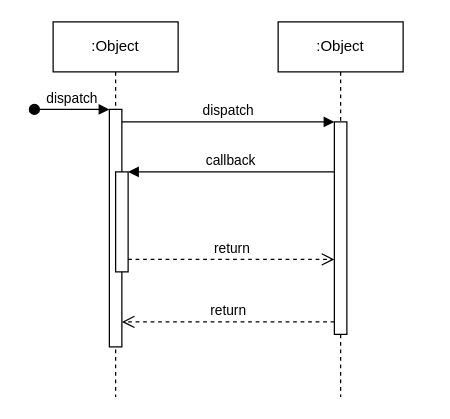
ba-nhermanto/thesis keeps this draw.io diagram as my-thesis/diagrams/create-user-seq.drawio. Above is the earlier version. Source tidied: cells renumbered, new cells numbered last; positions are measured from the earlier drawing's top-left corner, leaving out a move shared by most shapes. Both pictures are drawn from the tidied source at 125%, with x=0, y=0 at pixel (34, 21).
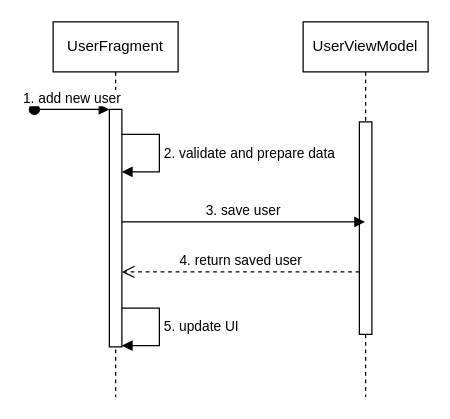
Above is the later version.

What changed in the source:
```diff
@@
 <mxGraphModel>
   <root>
     <mxCell id="0" />
     <mxCell id="1" parent="0" />
-    <mxCell id="2" value=":Object" style="shape=umlLifeline;perimeter=lifelinePerimeter;whiteSpace=wrap;html=1;newEdgeStyle={&quot;edgeStyle&quot;:&quot;elbowEdgeStyle&quot;,&quot;elbow&quot;:&quot;vertical&quot;,&quot;curved&quot;:0,&quot;rounded&quot;:0};" parent="1" vertex="1">
+    <mxCell id="2" value="UserFragment" style="shape=umlLifeline;perimeter=lifelinePerimeter;whiteSpace=wrap;html=1;newEdgeStyle={&quot;edgeStyle&quot;:&quot;elbowEdgeStyle&quot;,&quot;elbow&quot;:&quot;vertical&quot;,&quot;curved&quot;:0,&quot;rounded&quot;:0};" parent="1" vertex="1">
       <mxGeometry x="15" width="100" height="300" as="geometry" />
     </mxCell>
     <mxCell id="3" style="html=1;points=[];perimeter=orthogonalPerimeter;outlineConnect=0;targetShapes=umlLifeline;portConstraint=eastwest;newEdgeStyle={&quot;edgeStyle&quot;:&quot;elbowEdgeStyle&quot;,&quot;elbow&quot;:&quot;vertical&quot;,&quot;curved&quot;:0,&quot;rounded&quot;:0};" parent="2" vertex="1">
       <mxGeometry x="45" y="70" width="10" height="190" as="geometry" />
     </mxCell>
-    <mxCell id="4" value="dispatch" style="html=1;verticalAlign=bottom;startArrow=oval;endArrow=block;startSize=8;edgeStyle=elbowEdgeStyle;elbow=vertical;curved=0;rounded=0;" parent="2" edge="1" target="3">
+    <mxCell id="4" value="1. add new user" style="html=1;verticalAlign=bottom;startArrow=oval;endArrow=block;startSize=8;edgeStyle=elbowEdgeStyle;elbow=vertical;curved=0;rounded=0;" parent="2" edge="1" target="3">
       <mxGeometry relative="1" as="geometry">
         <mxPoint x="-15" y="70" as="sourcePoint" />
       </mxGeometry>
     </mxCell>
-    <mxCell id="5" style="html=1;points=[];perimeter=orthogonalPerimeter;outlineConnect=0;targetShapes=umlLifeline;portConstraint=eastwest;newEdgeStyle={&quot;edgeStyle&quot;:&quot;elbowEdgeStyle&quot;,&quot;elbow&quot;:&quot;vertical&quot;,&quot;curved&quot;:0,&quot;rounded&quot;:0};" parent="2" vertex="1">
-      <mxGeometry x="50" y="120" width="10" height="80" as="geometry" />
-    </mxCell>
-    <mxCell id="6" value=":Object" style="shape=umlLifeline;perimeter=lifelinePerimeter;whiteSpace=wrap;html=1;newEdgeStyle={&quot;edgeStyle&quot;:&quot;elbowEdgeStyle&quot;,&quot;elbow&quot;:&quot;vertical&quot;,&quot;curved&quot;:0,&quot;rounded&quot;:0};" parent="1" vertex="1">
-      <mxGeometry x="195" width="100" height="300" as="geometry" />
+    <mxCell id="6" value="UserViewModel" style="shape=umlLifeline;perimeter=lifelinePerimeter;whiteSpace=wrap;html=1;newEdgeStyle={&quot;edgeStyle&quot;:&quot;elbowEdgeStyle&quot;,&quot;elbow&quot;:&quot;vertical&quot;,&quot;curved&quot;:0,&quot;rounded&quot;:0};" parent="1" vertex="1">
+      <mxGeometry x="215" width="100" height="300" as="geometry" />
     </mxCell>
     <mxCell id="7" style="html=1;points=[];perimeter=orthogonalPerimeter;outlineConnect=0;targetShapes=umlLifeline;portConstraint=eastwest;newEdgeStyle={&quot;edgeStyle&quot;:&quot;elbowEdgeStyle&quot;,&quot;elbow&quot;:&quot;vertical&quot;,&quot;curved&quot;:0,&quot;rounded&quot;:0};" parent="6" vertex="1">
       <mxGeometry x="45" y="80" width="10" height="170" as="geometry" />
     </mxCell>
-    <mxCell id="8" value="dispatch" style="html=1;verticalAlign=bottom;endArrow=block;edgeStyle=elbowEdgeStyle;elbow=vertical;curved=0;rounded=0;" parent="1" edge="1" source="3" target="7">
+    <mxCell id="8" value="3. save user" style="html=1;verticalAlign=bottom;endArrow=block;edgeStyle=elbowEdgeStyle;elbow=horizontal;curved=0;rounded=0;" parent="1" edge="1">
       <mxGeometry relative="1" as="geometry">
+        <mxPoint x="70" y="160" as="sourcePoint" />
+        <mxPoint x="264.5" y="160" as="targetPoint" />
         <Array as="points">
-          <mxPoint x="155" y="80" />
+          <mxPoint x="155" y="160" />
         </Array>
       </mxGeometry>
     </mxCell>
-    <mxCell id="9" value="return" style="html=1;verticalAlign=bottom;endArrow=open;dashed=1;endSize=8;edgeStyle=elbowEdgeStyle;elbow=vertical;curved=0;rounded=0;" parent="1" edge="1" source="7" target="3">
-      <mxGeometry relative="1" as="geometry">
-        <Array as="points">
-          <mxPoint x="165" y="240" />
-        </Array>
-      </mxGeometry>
-    </mxCell>
-    <mxCell id="10" value="callback" style="html=1;verticalAlign=bottom;endArrow=block;edgeStyle=elbowEdgeStyle;elbow=vertical;curved=0;rounded=0;" parent="1" edge="1" source="7" target="5">
-      <mxGeometry relative="1" as="geometry">
-        <Array as="points">
-          <mxPoint x="165" y="120" />
-        </Array>
-      </mxGeometry>
-    </mxCell>
-    <mxCell id="11" value="return" style="html=1;verticalAlign=bottom;endArrow=open;dashed=1;endSize=8;edgeStyle=elbowEdgeStyle;elbow=vertical;curved=0;rounded=0;" parent="1" edge="1" source="5" target="7">
-      <mxGeometry relative="1" as="geometry">
-        <Array as="points">
-          <mxPoint x="155" y="190" />
-        </Array>
-      </mxGeometry>
-    </mxCell>
+    <mxCell id="12" value="2. validate and prepare data" style="html=1;align=left;spacingLeft=2;endArrow=block;rounded=0;edgeStyle=orthogonalEdgeStyle;curved=0;rounded=0;" parent="1" edge="1" target="3">
+      <mxGeometry relative="1" as="geometry">
+        <mxPoint x="70" y="90" as="sourcePoint" />
+        <Array as="points">
+          <mxPoint x="100" y="90" />
+          <mxPoint x="100" y="120" />
+        </Array>
+      </mxGeometry>
+    </mxCell>
+    <mxCell id="13" value="5. update UI" style="html=1;align=left;spacingLeft=2;endArrow=block;rounded=0;edgeStyle=orthogonalEdgeStyle;curved=0;rounded=0;" parent="1" edge="1">
+      <mxGeometry relative="1" as="geometry">
+        <mxPoint x="70" y="229" as="sourcePoint" />
+        <mxPoint x="70" y="259" as="targetPoint" />
+        <Array as="points">
+          <mxPoint x="100" y="229" />
+          <mxPoint x="100" y="259" />
+        </Array>
+      </mxGeometry>
+    </mxCell>
+    <mxCell id="14" value="4. return saved user" style="html=1;verticalAlign=bottom;endArrow=open;dashed=1;endSize=8;edgeStyle=elbowEdgeStyle;elbow=vertical;curved=0;rounded=0;" parent="1" edge="1">
+      <mxGeometry relative="1" as="geometry">
+        <mxPoint x="260" y="200" as="sourcePoint" />
+        <mxPoint x="70" y="200.3" as="targetPoint" />
+      </mxGeometry>
+    </mxCell>
   </root>
 </mxGraphModel>
```
